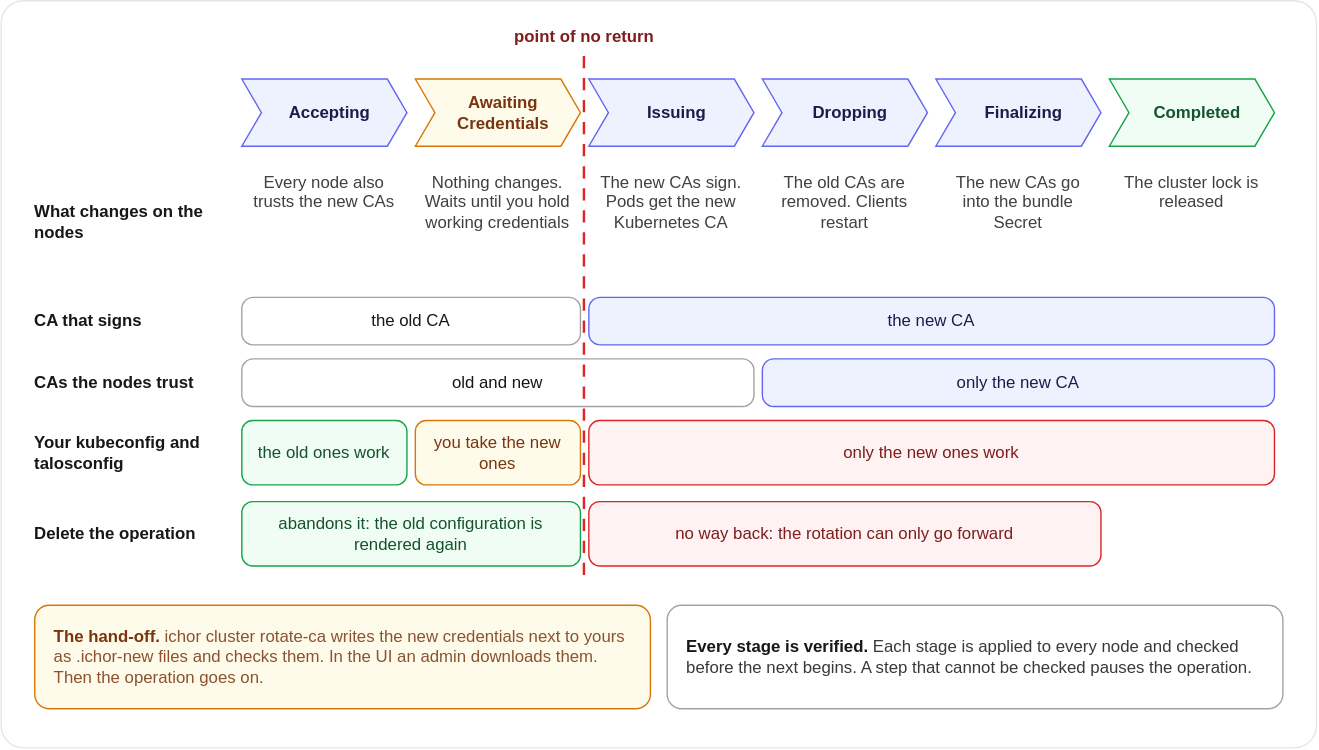
The draw.io diagram docs/images/ca-rotation.light.drawio.svg in maeshinshin/ichor, before a commit. Source tidied: cells renumbered, new cells last; positions are measured from the earlier drawing's top-left corner, leaving out a move shared by most shapes.
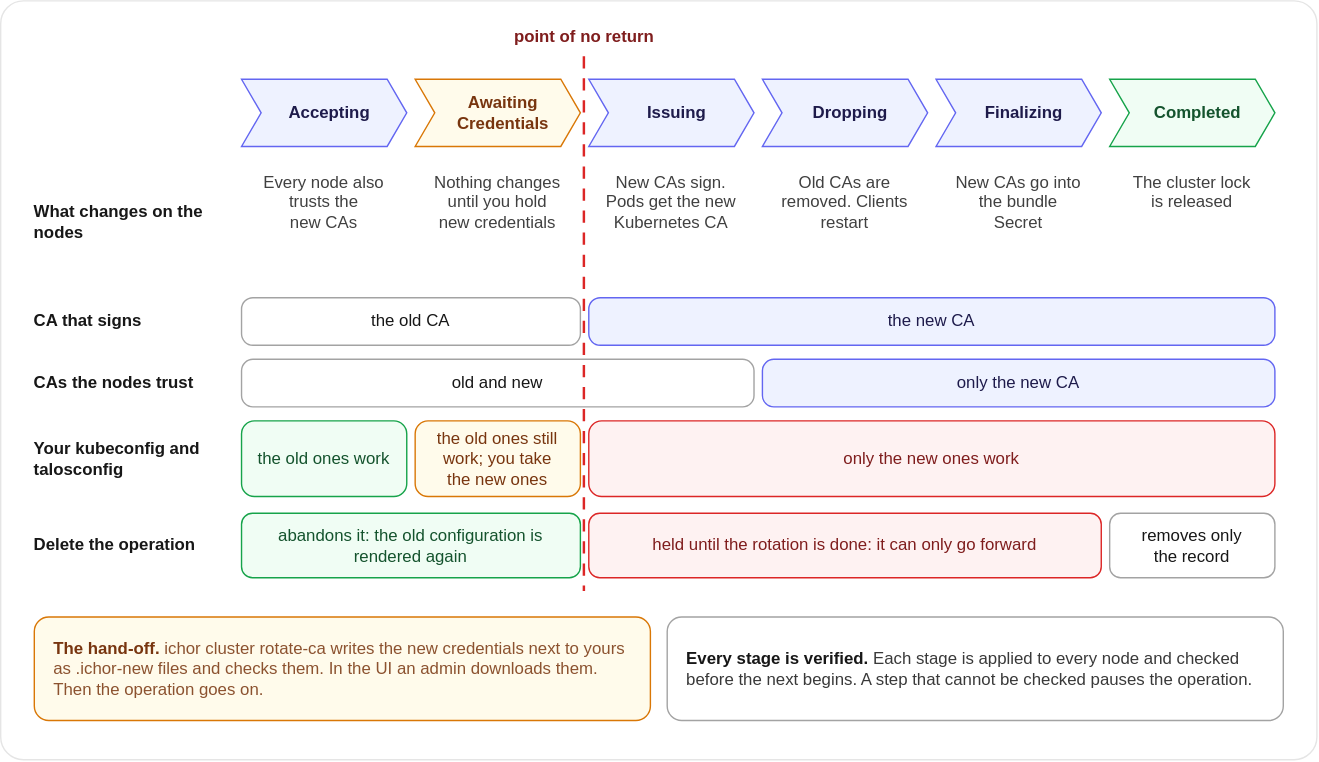
The same diagram one commit later.

Commit message:
docs(diagrams): ca-rotation: show old credentials still work while waiting, say what deleting does at every stage, even out the stage descriptions

Diff of the diagram source:
```diff
@@ -3,7 +3,7 @@
     <mxCell id="0" />
     <mxCell id="1" parent="0" />
     <mxCell id="2" style="rounded=1;arcSize=3;whiteSpace=wrap;html=1;fillColor=light-dark(#FFFFFF,#0A0A0A);strokeColor=light-dark(#E5E5E5,#262626);strokeWidth=1;fontColor=light-dark(#171717,#FAFAFA);fontFamily=Helvetica;fontSize=14;align=center;verticalAlign=middle;" parent="1" vertex="1">
-      <mxGeometry width="940" height="534" as="geometry" />
+      <mxGeometry width="940" height="542" as="geometry" />
     </mxCell>
     <mxCell id="3" value="&lt;b&gt;Accepting&lt;/b&gt;" style="whiteSpace=wrap;html=1;fillColor=light-dark(#EEF2FF,#232553);strokeColor=light-dark(#6366F1,#818CF8);strokeWidth=1;fontColor=light-dark(#1E1B4B,#E0E7FF);fontFamily=Helvetica;fontSize=12;align=center;verticalAlign=middle;spacingLeft=14;shape=step;perimeter=stepPerimeter;fixedSize=1;size=14;spacingRight=6;" parent="1" vertex="1">
       <mxGeometry x="172" y="56" width="118" height="48" as="geometry" />
@@ -26,23 +26,23 @@
     <mxCell id="9" value="&lt;b&gt;What changes on the nodes&lt;/b&gt;" style="text=1;html=1;whiteSpace=wrap;fillColor=none;strokeColor=none;fontColor=light-dark(#171717,#FAFAFA);fontFamily=Helvetica;fontSize=12;align=left;verticalAlign=middle;spacing=0;" parent="1" vertex="1">
       <mxGeometry x="24" y="116" width="146" height="84" as="geometry" />
     </mxCell>
-    <mxCell id="10" value="Every node also trusts the new CAs" style="text=1;html=1;whiteSpace=wrap;fillColor=none;strokeColor=none;fontColor=light-dark(#404040,#D4D4D4);fontFamily=Helvetica;fontSize=12;align=center;verticalAlign=top;spacing=0;spacingTop=2;" parent="1" vertex="1">
-      <mxGeometry x="177" y="116" width="108" height="84" as="geometry" />
+    <mxCell id="10" value="Every node also&lt;br&gt;trusts the&lt;br&gt;new CAs" style="text=1;html=1;whiteSpace=wrap;fillColor=none;strokeColor=none;fontColor=light-dark(#404040,#D4D4D4);fontFamily=Helvetica;fontSize=12;align=center;verticalAlign=top;spacing=0;spacingTop=2;" parent="1" vertex="1">
+      <mxGeometry x="172" y="116" width="118" height="84" as="geometry" />
     </mxCell>
-    <mxCell id="11" value="Nothing changes. Waits until you hold working credentials" style="text=1;html=1;whiteSpace=wrap;fillColor=none;strokeColor=none;fontColor=light-dark(#404040,#D4D4D4);fontFamily=Helvetica;fontSize=12;align=center;verticalAlign=top;spacing=0;spacingTop=2;" parent="1" vertex="1">
-      <mxGeometry x="301" y="116" width="108" height="84" as="geometry" />
+    <mxCell id="11" value="Nothing changes&lt;br&gt;until you hold&lt;br&gt;new credentials" style="text=1;html=1;whiteSpace=wrap;fillColor=none;strokeColor=none;fontColor=light-dark(#404040,#D4D4D4);fontFamily=Helvetica;fontSize=12;align=center;verticalAlign=top;spacing=0;spacingTop=2;" parent="1" vertex="1">
+      <mxGeometry x="296" y="116" width="118" height="84" as="geometry" />
     </mxCell>
-    <mxCell id="12" value="The new CAs sign. Pods get the new Kubernetes CA" style="text=1;html=1;whiteSpace=wrap;fillColor=none;strokeColor=none;fontColor=light-dark(#404040,#D4D4D4);fontFamily=Helvetica;fontSize=12;align=center;verticalAlign=top;spacing=0;spacingTop=2;" parent="1" vertex="1">
-      <mxGeometry x="425" y="116" width="108" height="84" as="geometry" />
+    <mxCell id="12" value="New CAs sign.&lt;br&gt;Pods get the new&lt;br&gt;Kubernetes CA" style="text=1;html=1;whiteSpace=wrap;fillColor=none;strokeColor=none;fontColor=light-dark(#404040,#D4D4D4);fontFamily=Helvetica;fontSize=12;align=center;verticalAlign=top;spacing=0;spacingTop=2;" parent="1" vertex="1">
+      <mxGeometry x="420" y="116" width="118" height="84" as="geometry" />
     </mxCell>
-    <mxCell id="13" value="The old CAs are removed. Clients restart" style="text=1;html=1;whiteSpace=wrap;fillColor=none;strokeColor=none;fontColor=light-dark(#404040,#D4D4D4);fontFamily=Helvetica;fontSize=12;align=center;verticalAlign=top;spacing=0;spacingTop=2;" parent="1" vertex="1">
-      <mxGeometry x="549" y="116" width="108" height="84" as="geometry" />
+    <mxCell id="13" value="Old CAs are&lt;br&gt;removed. Clients&lt;br&gt;restart" style="text=1;html=1;whiteSpace=wrap;fillColor=none;strokeColor=none;fontColor=light-dark(#404040,#D4D4D4);fontFamily=Helvetica;fontSize=12;align=center;verticalAlign=top;spacing=0;spacingTop=2;" parent="1" vertex="1">
+      <mxGeometry x="544" y="116" width="118" height="84" as="geometry" />
     </mxCell>
-    <mxCell id="14" value="The new CAs go into the bundle Secret" style="text=1;html=1;whiteSpace=wrap;fillColor=none;strokeColor=none;fontColor=light-dark(#404040,#D4D4D4);fontFamily=Helvetica;fontSize=12;align=center;verticalAlign=top;spacing=0;spacingTop=2;" parent="1" vertex="1">
-      <mxGeometry x="673" y="116" width="108" height="84" as="geometry" />
+    <mxCell id="14" value="New CAs go into&lt;br&gt;the bundle&lt;br&gt;Secret" style="text=1;html=1;whiteSpace=wrap;fillColor=none;strokeColor=none;fontColor=light-dark(#404040,#D4D4D4);fontFamily=Helvetica;fontSize=12;align=center;verticalAlign=top;spacing=0;spacingTop=2;" parent="1" vertex="1">
+      <mxGeometry x="668" y="116" width="118" height="84" as="geometry" />
     </mxCell>
-    <mxCell id="15" value="The cluster lock is released" style="text=1;html=1;whiteSpace=wrap;fillColor=none;strokeColor=none;fontColor=light-dark(#404040,#D4D4D4);fontFamily=Helvetica;fontSize=12;align=center;verticalAlign=top;spacing=0;spacingTop=2;" parent="1" vertex="1">
-      <mxGeometry x="797" y="116" width="108" height="84" as="geometry" />
+    <mxCell id="15" value="The cluster lock&lt;br&gt;is released" style="text=1;html=1;whiteSpace=wrap;fillColor=none;strokeColor=none;fontColor=light-dark(#404040,#D4D4D4);fontFamily=Helvetica;fontSize=12;align=center;verticalAlign=top;spacing=0;spacingTop=2;" parent="1" vertex="1">
+      <mxGeometry x="792" y="116" width="118" height="84" as="geometry" />
     </mxCell>
     <mxCell id="16" value="&lt;b&gt;CA that signs&lt;/b&gt;" style="text=1;html=1;whiteSpace=wrap;fillColor=none;strokeColor=none;fontColor=light-dark(#171717,#FAFAFA);fontFamily=Helvetica;fontSize=12;align=left;verticalAlign=middle;spacing=0;" parent="1" vertex="1">
       <mxGeometry x="24" y="212" width="146" height="34" as="geometry" />
@@ -63,40 +63,43 @@
       <mxGeometry x="544" y="256" width="366" height="34" as="geometry" />
     </mxCell>
     <mxCell id="22" value="&lt;b&gt;Your kubeconfig and talosconfig&lt;/b&gt;" style="text=1;html=1;whiteSpace=wrap;fillColor=none;strokeColor=none;fontColor=light-dark(#171717,#FAFAFA);fontFamily=Helvetica;fontSize=12;align=left;verticalAlign=middle;spacing=0;" parent="1" vertex="1">
-      <mxGeometry x="24" y="300" width="146" height="46" as="geometry" />
+      <mxGeometry x="24" y="300" width="146" height="54" as="geometry" />
     </mxCell>
     <mxCell id="23" value="the old ones work" style="rounded=1;arcSize=17;whiteSpace=wrap;html=1;fillColor=light-dark(#F0FDF4,#0E2A1B);strokeColor=light-dark(#16A34A,#4ADE80);strokeWidth=1;fontColor=light-dark(#14532D,#BBF7D0);fontFamily=Helvetica;fontSize=12;align=center;verticalAlign=middle;" parent="1" vertex="1">
-      <mxGeometry x="172" y="300" width="118" height="46" as="geometry" />
+      <mxGeometry x="172" y="300" width="118" height="54" as="geometry" />
     </mxCell>
-    <mxCell id="24" value="you take the new ones" style="rounded=1;arcSize=17;whiteSpace=wrap;html=1;fillColor=light-dark(#FFFBEB,#2B2008);strokeColor=light-dark(#D97706,#FBBF24);strokeWidth=1;fontColor=light-dark(#78350F,#FDE68A);fontFamily=Helvetica;fontSize=12;align=center;verticalAlign=middle;" parent="1" vertex="1">
-      <mxGeometry x="296" y="300" width="118" height="46" as="geometry" />
+    <mxCell id="24" value="the old ones still&lt;br&gt;work; you take&lt;br&gt;the new ones" style="rounded=1;arcSize=17;whiteSpace=wrap;html=1;fillColor=light-dark(#FFFBEB,#2B2008);strokeColor=light-dark(#D97706,#FBBF24);strokeWidth=1;fontColor=light-dark(#78350F,#FDE68A);fontFamily=Helvetica;fontSize=12;align=center;verticalAlign=middle;" parent="1" vertex="1">
+      <mxGeometry x="296" y="300" width="118" height="54" as="geometry" />
     </mxCell>
     <mxCell id="25" value="only the new ones work" style="rounded=1;arcSize=17;whiteSpace=wrap;html=1;fillColor=light-dark(#FEF2F2,#2D1213);strokeColor=light-dark(#DC2626,#F87171);strokeWidth=1;fontColor=light-dark(#7F1D1D,#FECACA);fontFamily=Helvetica;fontSize=12;align=center;verticalAlign=middle;" parent="1" vertex="1">
-      <mxGeometry x="420" y="300" width="490" height="46" as="geometry" />
+      <mxGeometry x="420" y="300" width="490" height="54" as="geometry" />
     </mxCell>
     <mxCell id="26" value="&lt;b&gt;Delete the operation&lt;/b&gt;" style="text=1;html=1;whiteSpace=wrap;fillColor=none;strokeColor=none;fontColor=light-dark(#171717,#FAFAFA);fontFamily=Helvetica;fontSize=12;align=left;verticalAlign=middle;spacing=0;" parent="1" vertex="1">
-      <mxGeometry x="24" y="358" width="146" height="46" as="geometry" />
+      <mxGeometry x="24" y="366" width="146" height="46" as="geometry" />
     </mxCell>
     <mxCell id="27" value="abandons it: the old configuration is rendered again" style="rounded=1;arcSize=17;whiteSpace=wrap;html=1;fillColor=light-dark(#F0FDF4,#0E2A1B);strokeColor=light-dark(#16A34A,#4ADE80);strokeWidth=1;fontColor=light-dark(#14532D,#BBF7D0);fontFamily=Helvetica;fontSize=12;align=center;verticalAlign=middle;" parent="1" vertex="1">
-      <mxGeometry x="172" y="358" width="242" height="46" as="geometry" />
+      <mxGeometry x="172" y="366" width="242" height="46" as="geometry" />
     </mxCell>
-    <mxCell id="28" value="no way back: the rotation can only go forward" style="rounded=1;arcSize=17;whiteSpace=wrap;html=1;fillColor=light-dark(#FEF2F2,#2D1213);strokeColor=light-dark(#DC2626,#F87171);strokeWidth=1;fontColor=light-dark(#7F1D1D,#FECACA);fontFamily=Helvetica;fontSize=12;align=center;verticalAlign=middle;" parent="1" vertex="1">
-      <mxGeometry x="420" y="358" width="366" height="46" as="geometry" />
+    <mxCell id="28" value="held until the rotation is done: it can only go forward" style="rounded=1;arcSize=17;whiteSpace=wrap;html=1;fillColor=light-dark(#FEF2F2,#2D1213);strokeColor=light-dark(#DC2626,#F87171);strokeWidth=1;fontColor=light-dark(#7F1D1D,#FECACA);fontFamily=Helvetica;fontSize=12;align=center;verticalAlign=middle;" parent="1" vertex="1">
+      <mxGeometry x="420" y="366" width="366" height="46" as="geometry" />
     </mxCell>
     <mxCell id="29" style="edgeStyle=none;html=1;strokeColor=light-dark(#DC2626,#F87171);strokeWidth=1.75;endArrow=none;endFill=1;endSize=5;dashed=1;dashPattern=5 4;" parent="1" edge="1">
       <mxGeometry relative="1" as="geometry">
         <mxPoint x="417" y="40" as="sourcePoint" />
-        <mxPoint x="417" y="414" as="targetPoint" />
+        <mxPoint x="417" y="422" as="targetPoint" />
       </mxGeometry>
     </mxCell>
     <mxCell id="30" value="&lt;b&gt;point of no return&lt;/b&gt;" style="text=1;html=1;whiteSpace=wrap;fillColor=none;strokeColor=none;fontColor=light-dark(#7F1D1D,#FECACA);fontFamily=Helvetica;fontSize=12;align=center;verticalAlign=middle;spacing=0;" parent="1" vertex="1">
       <mxGeometry x="347" y="16" width="140" height="20" as="geometry" />
     </mxCell>
     <mxCell id="31" value="&lt;b&gt;The hand-off.&lt;/b&gt; &lt;span style=&quot;opacity:0.85&quot;&gt;ichor cluster rotate-ca writes the new credentials next to yours as .ichor-new files and checks them. In the UI an admin downloads them. Then the operation goes on.&lt;/span&gt;" style="rounded=1;arcSize=14;whiteSpace=wrap;html=1;fillColor=light-dark(#FFFBEB,#2B2008);strokeColor=light-dark(#D97706,#FBBF24);strokeWidth=1;fontColor=light-dark(#78350F,#FDE68A);fontFamily=Helvetica;fontSize=12;align=left;verticalAlign=middle;spacingLeft=12;spacingRight=12;" parent="1" vertex="1">
-      <mxGeometry x="24" y="432" width="440" height="74" as="geometry" />
+      <mxGeometry x="24" y="440" width="440" height="74" as="geometry" />
     </mxCell>
     <mxCell id="32" value="&lt;b&gt;Every stage is verified.&lt;/b&gt; &lt;span style=&quot;opacity:0.85&quot;&gt;Each stage is applied to every node and checked before the next begins. A step that cannot be checked pauses the operation.&lt;/span&gt;" style="rounded=1;arcSize=14;whiteSpace=wrap;html=1;fillColor=light-dark(#FFFFFF,#1A1A1A);strokeColor=light-dark(#A3A3A3,#525252);strokeWidth=1;fontColor=light-dark(#171717,#FAFAFA);fontFamily=Helvetica;fontSize=12;align=left;verticalAlign=middle;spacingLeft=12;spacingRight=12;" parent="1" vertex="1">
-      <mxGeometry x="476" y="432" width="440" height="74" as="geometry" />
+      <mxGeometry x="476" y="440" width="440" height="74" as="geometry" />
     </mxCell>
+    <mxCell id="33" value="removes only&lt;br&gt;the record" style="rounded=1;arcSize=17;whiteSpace=wrap;html=1;fillColor=light-dark(#FFFFFF,#1A1A1A);strokeColor=light-dark(#A3A3A3,#525252);strokeWidth=1;fontColor=light-dark(#171717,#FAFAFA);fontFamily=Helvetica;fontSize=12;align=center;verticalAlign=middle;" parent="1" vertex="1">
+      <mxGeometry x="792" y="366" width="118" height="46" as="geometry" />
+    </mxCell>
   </root>
 </mxGraphModel>
```
